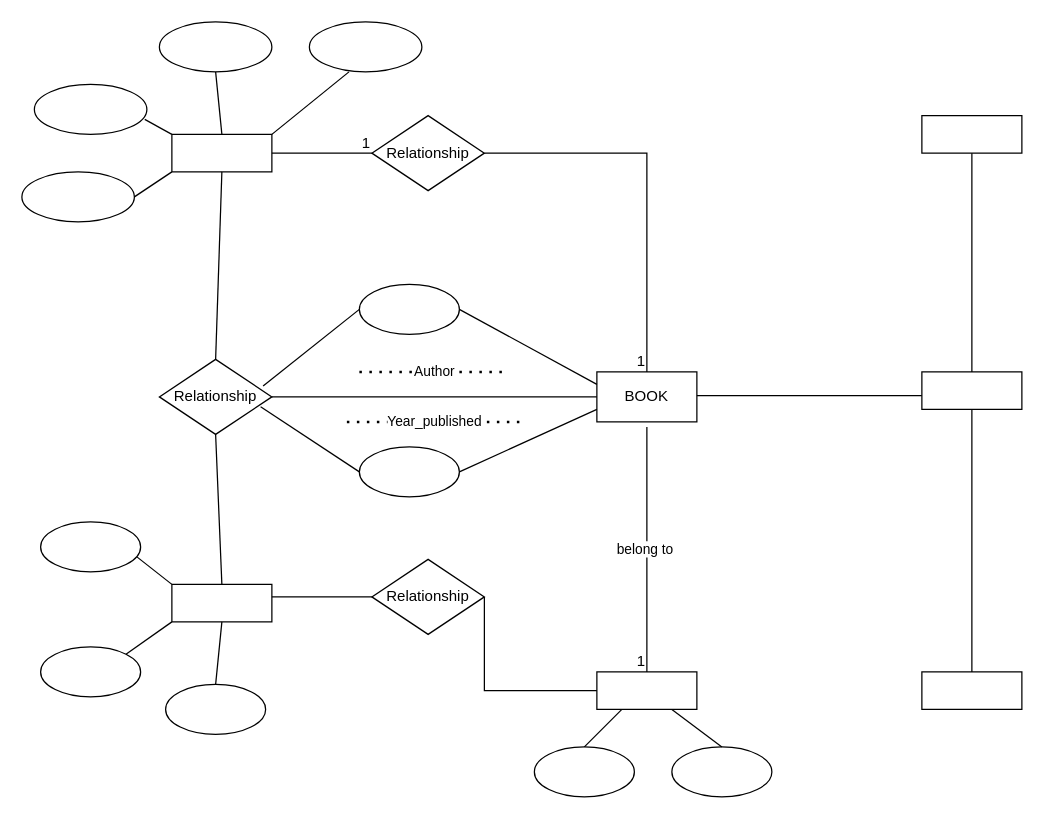
This is Untitled Diagram.drawio from jaweid123/Library_DBMS_MANAGEM_SYSTEMENT-, a draw.io file, before an edit. Source tidied: cells renumbered, new cells numbered last; positions are measured from the earlier drawing's top-left corner, leaving out a move shared by most shapes. Both pictures are drawn from the tidied source at 125%, with x=0, y=0 at pixel (21, 21).
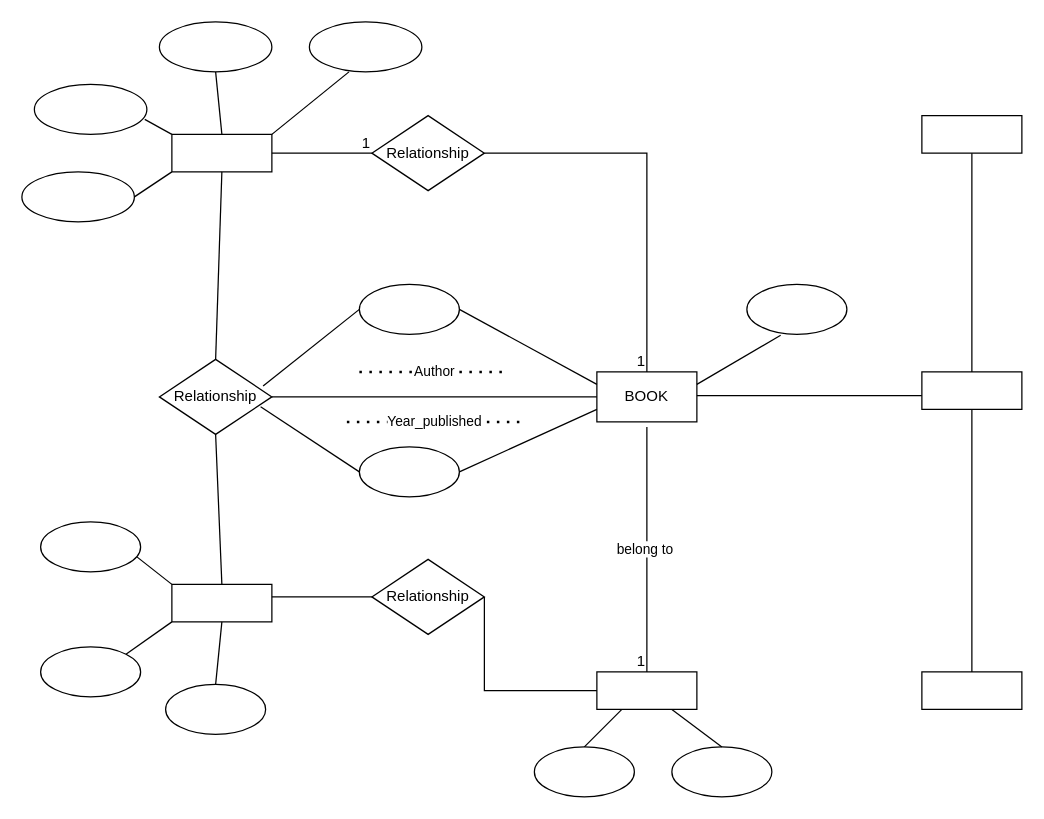
Above is the later version.

Unchanged cells that the change refers to:
```xml
<mxCell id="2" value="BOOK" style="rounded=0;whiteSpace=wrap;html=1;" parent="1" vertex="1">
  <mxGeometry x="460" y="280" width="80" height="40" as="geometry" />
</mxCell>
```

Change to the diagram source:
```diff
@@
+    <mxCell id="52" style="ellipse;whiteSpace=wrap;html=1;" parent="1" vertex="1">
+      <mxGeometry x="580" y="210" width="80" height="40" as="geometry" />
+    </mxCell>
+    <mxCell id="53" style="endArrow=none;html=1;rounded=0;exitX=0.338;exitY=1.017;exitDx=0;exitDy=0;exitPerimeter=0;entryX=1;entryY=0.25;entryDx=0;entryDy=0;" parent="1" edge="1" source="52" target="2">
+      <mxGeometry relative="1" as="geometry" />
+    </mxCell>
```
